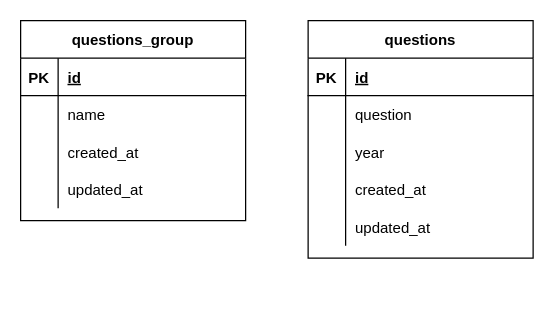
The draw.io diagram page "Question" (2 of 3) of Eva.drawio in gumpon/evatest, before the edit. Source tidied: cells renumbered, new cells numbered last; positions are measured from the earlier drawing's top-left corner, leaving out a move shared by most shapes. Both pictures are drawn from the tidied source at 125%, with x=0, y=0 at pixel (20, 20).
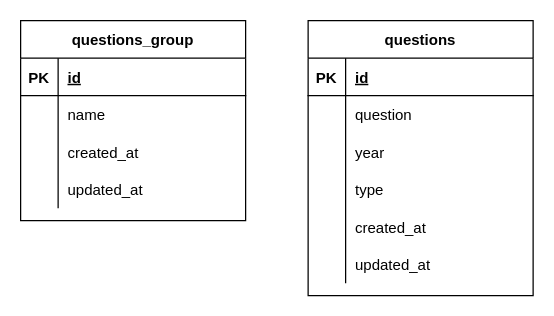
The same diagram, later.

Commit message:
Update question type Eva.drawio

The change refers to these unchanged cells:
```xml
<mxCell id="25" style="shape=partialRectangle;fillColor=none;top=0;left=0;bottom=0;right=0;" parent="15" vertex="1">
  <mxGeometry y="120" width="180" height="30" as="geometry" />
</mxCell>
<mxCell id="28" style="shape=partialRectangle;fillColor=none;top=0;left=0;bottom=0;right=0;" parent="15" vertex="1">
  <mxGeometry y="150" width="180" height="30" as="geometry" />
</mxCell>
```

Change to the diagram source:
```diff
@@
     <mxCell id="15" value="questions" style="shape=table;startSize=30;childLayout=tableLayout;rowLines=0;fontStyle=1;align=center;" parent="1" vertex="1">
-      <mxGeometry x="230" width="180" height="190" as="geometry" />
+      <mxGeometry x="230" width="180" height="220" as="geometry" />
     </mxCell>
@@
-    <mxCell id="27" value="created_at" style="shape=partialRectangle;fillColor=none;top=0;left=0;bottom=0;right=0;align=left;spacingLeft=6;overflow=hidden;" parent="25" vertex="1">
+    <mxCell id="27" value="type" style="shape=partialRectangle;fillColor=none;top=0;left=0;bottom=0;right=0;align=left;spacingLeft=6;overflow=hidden;" parent="25" vertex="1">
       <mxGeometry x="30" width="150" height="30" as="geometry" />
     </mxCell>
@@
-    <mxCell id="30" value="updated_at" style="shape=partialRectangle;fillColor=none;top=0;left=0;bottom=0;right=0;align=left;spacingLeft=6;overflow=hidden;" parent="28" vertex="1">
+    <mxCell id="30" value="created_at" style="shape=partialRectangle;fillColor=none;top=0;left=0;bottom=0;right=0;align=left;spacingLeft=6;overflow=hidden;" parent="28" vertex="1">
       <mxGeometry x="30" width="150" height="30" as="geometry" />
     </mxCell>
+    <mxCell id="31" style="shape=partialRectangle;fillColor=none;top=0;left=0;bottom=0;right=0;" parent="15" vertex="1">
+      <mxGeometry y="180" width="180" height="30" as="geometry" />
+    </mxCell>
+    <mxCell id="32" style="shape=partialRectangle;fillColor=none;top=0;left=0;bottom=0;right=0;overflow=hidden;" parent="31" vertex="1">
+      <mxGeometry width="30" height="30" as="geometry" />
+    </mxCell>
+    <mxCell id="33" value="updated_at" style="shape=partialRectangle;fillColor=none;top=0;left=0;bottom=0;right=0;align=left;spacingLeft=6;overflow=hidden;" parent="31" vertex="1">
+      <mxGeometry x="30" width="150" height="30" as="geometry" />
+    </mxCell>
```
